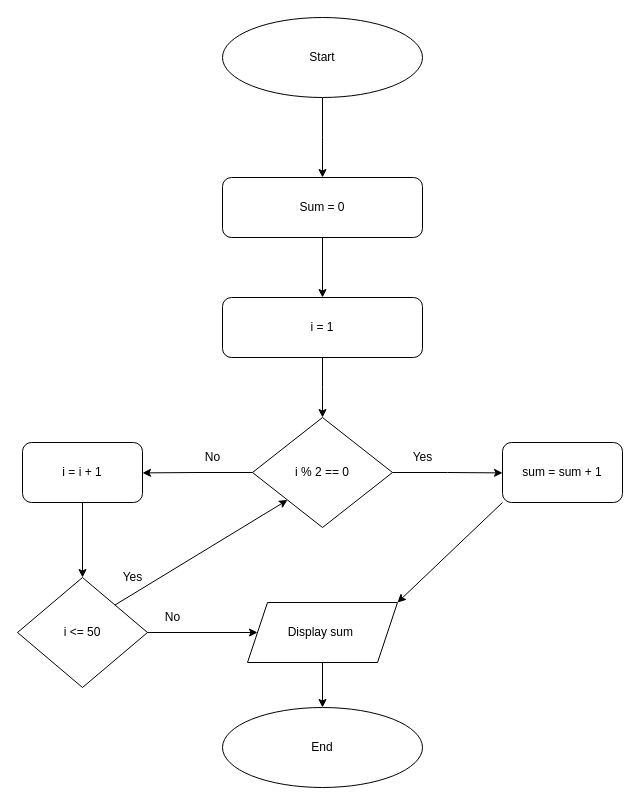
Before: page "Page-5" (5 of 10) of Untitled Diagram.drawio in Faigism/Assignment_code, a draw.io diagram. Source tidied: cells renumbered, new cells numbered last; positions are measured from the earlier drawing's top-left corner, leaving out a move shared by most shapes. Both pictures are drawn from the tidied source at 100%, with x=0, y=0 at pixel (17, 17).
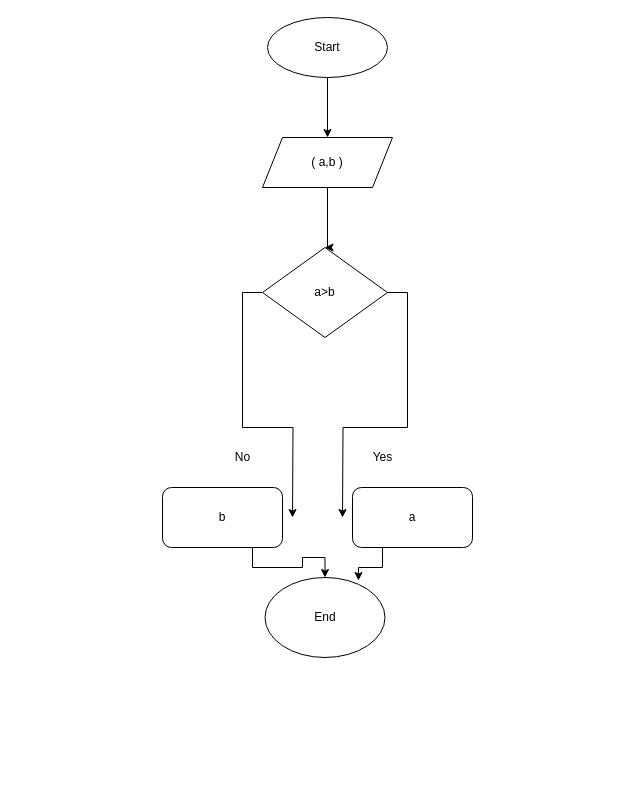
After the change.

The edit, as a diff of the source:
```diff
@@
-    <mxCell id="2" style="edgeStyle=orthogonalEdgeStyle;rounded=0;jettySize=auto;html=1;exitX=0.5;exitY=1;exitDx=0;exitDy=0;" parent="1" edge="1" source="3">
-      <mxGeometry relative="1" as="geometry">
-        <mxPoint x="305" y="160" as="targetPoint" />
-      </mxGeometry>
-    </mxCell>
+    <mxCell id="25" style="edgeStyle=orthogonalEdgeStyle;rounded=0;jettySize=auto;html=1;exitX=0.5;exitY=1;exitDx=0;exitDy=0;entryX=0.5;entryY=0;entryDx=0;entryDy=0;" parent="1" edge="1" source="3" target="27">
+      <mxGeometry relative="1" as="geometry" />
+    </mxCell>
     <mxCell id="3" value="Start" style="ellipse;whiteSpace=wrap;html=1;" parent="1" vertex="1">
-      <mxGeometry x="205" width="200" height="80" as="geometry" />
+      <mxGeometry x="250" width="120" height="60" as="geometry" />
     </mxCell>
-    <mxCell id="4" style="edgeStyle=orthogonalEdgeStyle;rounded=0;jettySize=auto;html=1;exitX=0.5;exitY=1;exitDx=0;exitDy=0;" parent="1" edge="1" source="5" target="7">
-      <mxGeometry relative="1" as="geometry" />
-    </mxCell>
-    <mxCell id="5" value="Sum = 0" style="rounded=1;whiteSpace=wrap;html=1;" parent="1" vertex="1">
-      <mxGeometry x="205" y="160" width="200" height="60" as="geometry" />
-    </mxCell>
-    <mxCell id="6" style="edgeStyle=orthogonalEdgeStyle;rounded=0;jettySize=auto;html=1;exitX=0.5;exitY=1;exitDx=0;exitDy=0;entryX=0.5;entryY=0;entryDx=0;entryDy=0;" parent="1" edge="1" source="7">
-      <mxGeometry relative="1" as="geometry">
-        <mxPoint x="305" y="400" as="targetPoint" />
-      </mxGeometry>
-    </mxCell>
-    <mxCell id="7" value="i = 1" style="rounded=1;whiteSpace=wrap;html=1;" parent="1" vertex="1">
-      <mxGeometry x="205" y="280" width="200" height="60" as="geometry" />
-    </mxCell>
+    <mxCell id="26" style="edgeStyle=orthogonalEdgeStyle;rounded=0;jettySize=auto;html=1;exitX=0.5;exitY=1;exitDx=0;exitDy=0;entryX=0.5;entryY=0;entryDx=0;entryDy=0;" parent="1" edge="1" source="27" target="30">
+      <mxGeometry relative="1" as="geometry">
+        <Array as="points">
+          <mxPoint x="310" y="230" />
+        </Array>
+      </mxGeometry>
+    </mxCell>
+    <mxCell id="27" value="( a,b )" style="shape=parallelogram;perimeter=parallelogramPerimeter;whiteSpace=wrap;html=1;fixedSize=1;size=20;" parent="1" vertex="1">
+      <mxGeometry x="245" y="120" width="130" height="50" as="geometry" />
+    </mxCell>
+    <mxCell id="28" style="edgeStyle=orthogonalEdgeStyle;rounded=0;jettySize=auto;html=1;exitX=0;exitY=0.5;exitDx=0;exitDy=0;" parent="1" edge="1" source="30">
+      <mxGeometry relative="1" as="geometry">
+        <mxPoint x="275" y="500" as="targetPoint" />
+      </mxGeometry>
+    </mxCell>
+    <mxCell id="29" style="edgeStyle=orthogonalEdgeStyle;rounded=0;jettySize=auto;html=1;exitX=1;exitY=0.5;exitDx=0;exitDy=0;" parent="1" edge="1" source="30">
+      <mxGeometry relative="1" as="geometry">
+        <mxPoint x="325" y="500" as="targetPoint" />
+      </mxGeometry>
+    </mxCell>
+    <mxCell id="30" value="a&amp;gt;b" style="rhombus;whiteSpace=wrap;html=1;" parent="1" vertex="1">
+      <mxGeometry x="245" y="230" width="125" height="90" as="geometry" />
+    </mxCell>
+    <mxCell id="31" style="edgeStyle=orthogonalEdgeStyle;rounded=0;jettySize=auto;html=1;exitX=0.25;exitY=1;exitDx=0;exitDy=0;entryX=0.779;entryY=0.038;entryDx=0;entryDy=0;entryPerimeter=0;" parent="1" edge="1" source="32" target="8">
+      <mxGeometry relative="1" as="geometry" />
+    </mxCell>
+    <mxCell id="32" value="a" style="rounded=1;whiteSpace=wrap;html=1;" parent="1" vertex="1">
+      <mxGeometry x="335" y="470" width="120" height="60" as="geometry" />
+    </mxCell>
+    <mxCell id="33" style="edgeStyle=orthogonalEdgeStyle;rounded=0;jettySize=auto;html=1;exitX=0.75;exitY=1;exitDx=0;exitDy=0;" parent="1" edge="1" source="34" target="8">
+      <mxGeometry relative="1" as="geometry" />
+    </mxCell>
+    <mxCell id="34" value="b" style="rounded=1;whiteSpace=wrap;html=1;" parent="1" vertex="1">
+      <mxGeometry x="145" y="470" width="120" height="60" as="geometry" />
+    </mxCell>
     <mxCell id="8" value="End" style="ellipse;whiteSpace=wrap;html=1;" parent="1" vertex="1">
-      <mxGeometry x="205" y="690" width="200" height="80" as="geometry" />
+      <mxGeometry x="247.5" y="560" width="120" height="80" as="geometry" />
     </mxCell>
-    <mxCell id="9" style="edgeStyle=orthogonalEdgeStyle;rounded=0;jettySize=auto;html=1;exitX=1;exitY=0.5;exitDx=0;exitDy=0;" parent="1" edge="1" source="11">
-      <mxGeometry relative="1" as="geometry">
-        <mxPoint x="485" y="455.4" as="targetPoint" />
-      </mxGeometry>
-    </mxCell>
-    <mxCell id="10" style="edgeStyle=orthogonalEdgeStyle;rounded=0;jettySize=auto;html=1;exitX=0;exitY=0.5;exitDx=0;exitDy=0;" parent="1" edge="1" source="11">
-      <mxGeometry relative="1" as="geometry">
-        <mxPoint x="125" y="455.4" as="targetPoint" />
-      </mxGeometry>
-    </mxCell>
-    <mxCell id="11" value="i % 2 == 0" style="rhombus;whiteSpace=wrap;html=1;" parent="1" vertex="1">
-      <mxGeometry x="235" y="400" width="140" height="110" as="geometry" />
-    </mxCell>
-    <mxCell id="12" value="Yes" style="text;html=1;align=center;verticalAlign=middle;strokeColor=none;fillColor=none;" parent="1" vertex="1">
-      <mxGeometry x="385" y="425" width="40" height="30" as="geometry" />
-    </mxCell>
-    <mxCell id="13" value="sum = sum + 1" style="rounded=1;whiteSpace=wrap;html=1;" parent="1" vertex="1">
-      <mxGeometry x="485" y="425" width="120" height="60" as="geometry" />
-    </mxCell>
-    <mxCell id="14" value="No" style="text;html=1;align=center;verticalAlign=middle;strokeColor=none;fillColor=none;" parent="1" vertex="1">
-      <mxGeometry x="175" y="425" width="40" height="30" as="geometry" />
-    </mxCell>
-    <mxCell id="15" style="edgeStyle=orthogonalEdgeStyle;rounded=0;jettySize=auto;html=1;exitX=0.5;exitY=1;exitDx=0;exitDy=0;entryX=0.5;entryY=0;entryDx=0;entryDy=0;" parent="1" edge="1" source="16" target="18">
-      <mxGeometry relative="1" as="geometry" />
-    </mxCell>
-    <mxCell id="16" value="i = i + 1" style="rounded=1;whiteSpace=wrap;html=1;" parent="1" vertex="1">
-      <mxGeometry x="5" y="425" width="120" height="60" as="geometry" />
-    </mxCell>
-    <mxCell id="17" style="edgeStyle=orthogonalEdgeStyle;rounded=0;jettySize=auto;html=1;exitX=1;exitY=0.5;exitDx=0;exitDy=0;entryX=0;entryY=0.5;entryDx=0;entryDy=0;" parent="1" edge="1" source="18" target="20">
-      <mxGeometry relative="1" as="geometry" />
-    </mxCell>
-    <mxCell id="18" value="i &amp;lt;= 50" style="rhombus;whiteSpace=wrap;html=1;" parent="1" vertex="1">
-      <mxGeometry y="560" width="130" height="110" as="geometry" />
-    </mxCell>
-    <mxCell id="19" style="edgeStyle=orthogonalEdgeStyle;rounded=0;jettySize=auto;html=1;exitX=0.5;exitY=1;exitDx=0;exitDy=0;entryX=0.5;entryY=0;entryDx=0;entryDy=0;" parent="1" edge="1" source="20" target="8">
-      <mxGeometry relative="1" as="geometry" />
-    </mxCell>
-    <mxCell id="20" value="Display sum&amp;nbsp;" style="shape=parallelogram;perimeter=parallelogramPerimeter;whiteSpace=wrap;html=1;fixedSize=1;" parent="1" vertex="1">
-      <mxGeometry x="230" y="585" width="150" height="60" as="geometry" />
-    </mxCell>
-    <mxCell id="21" value="No" style="text;html=1;align=center;verticalAlign=middle;strokeColor=none;fillColor=none;" parent="1" vertex="1">
-      <mxGeometry x="135" y="585" width="40" height="30" as="geometry" />
-    </mxCell>
-    <mxCell id="22" style="endArrow=classic;html=1;rounded=0;exitX=1;exitY=0;exitDx=0;exitDy=0;entryX=0;entryY=1;entryDx=0;entryDy=0;" parent="1" edge="1" source="18" target="11">
-      <mxGeometry relative="1" as="geometry" />
-    </mxCell>
-    <mxCell id="23" value="Yes" style="text;html=1;align=center;verticalAlign=middle;strokeColor=none;fillColor=none;" parent="1" vertex="1">
-      <mxGeometry x="95" y="545" width="40" height="30" as="geometry" />
-    </mxCell>
-    <mxCell id="24" style="endArrow=classic;html=1;rounded=0;entryX=1;entryY=0;entryDx=0;entryDy=0;exitX=0;exitY=1;exitDx=0;exitDy=0;" parent="1" edge="1" source="13" target="20">
-      <mxGeometry relative="1" as="geometry" />
-    </mxCell>
+    <mxCell id="35" value="Yes" style="text;html=1;align=center;verticalAlign=middle;strokeColor=none;fillColor=none;" parent="1" vertex="1">
+      <mxGeometry x="345" y="425" width="40" height="30" as="geometry" />
+    </mxCell>
+    <mxCell id="36" value="No" style="text;html=1;align=center;verticalAlign=middle;strokeColor=none;fillColor=none;" parent="1" vertex="1">
+      <mxGeometry x="205" y="425" width="40" height="30" as="geometry" />
+    </mxCell>
```
